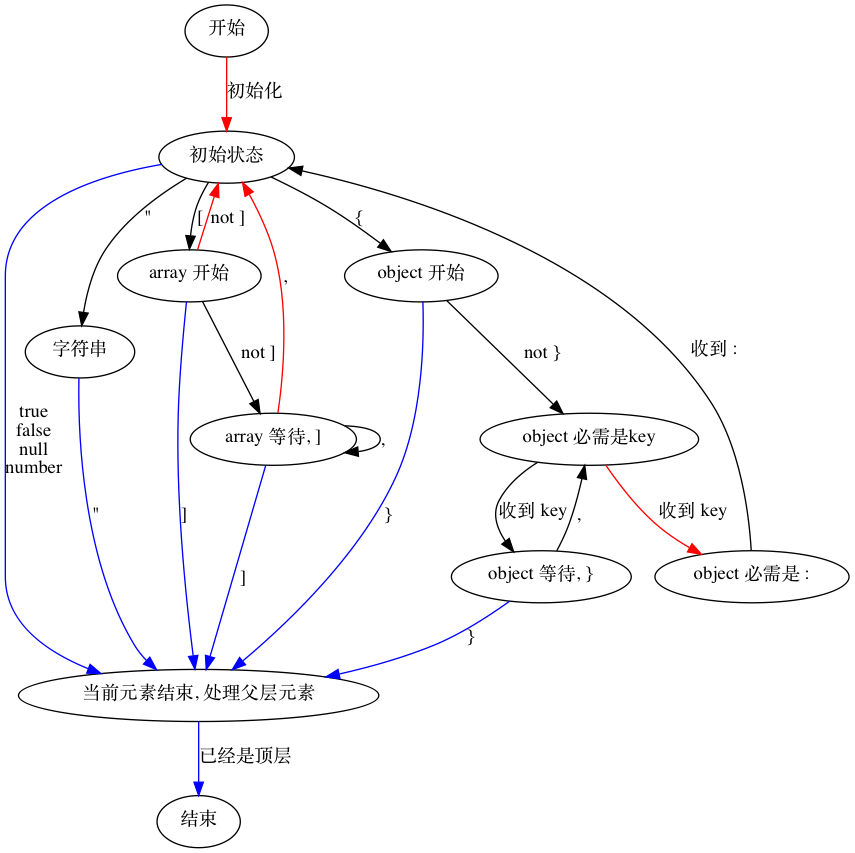
acrazing/cheapjson keeps this Graphviz diagram as state.png. Above is the earlier version. Its source is kept beside it as state.dot. Its diagram source:
```dot
digraph JSON {
  stateStart [ label="开始" ];
  stateNone [ label="初始状态" ];
  stateString [ label="字符串" ];
  stateArrayValueOrEnd [ label="array 开始" ];
  stateArrayEndOrComma [ label="array 等待, ]" ];
  stateObjectKeyOrEnd [ label="object 开始" ];
  stateObjectColon [ label="object 必需是 :" ];
  stateObjectEndOrComma [ label="object 等待, }" ];
  stateObjectKey [ label="object 必需是key" ];
  stateParent [ label="当前元素结束, 处理父层元素" ];
  stateEnd [ label="结束" ];

  stateStart -> stateNone [ label="初始化", color="red" ];
  stateNone -> stateParent [ label="true\nfalse\nnull\nnumber", color="blue" ];
  stateNone -> stateString [ label="\"", color="black" ];
  stateString -> stateParent [ label="\"", color="blue" ];
  stateNone -> stateArrayValueOrEnd [ label="[", color="black" ];
  stateNone -> stateObjectKeyOrEnd [ label="{", color="black" ];
  stateArrayValueOrEnd -> stateNone [ label="not ]", color="red" ];
  stateArrayValueOrEnd -> stateArrayEndOrComma [ label="not ]", color="black" ];
  stateArrayValueOrEnd -> stateParent [ label="]", color="blue" ];
  stateArrayEndOrComma -> stateNone [ label=",", color="red" ];
  stateArrayEndOrComma -> stateArrayEndOrComma [ label=",", color="black" ];
  stateArrayEndOrComma -> stateParent [ label="]", color="blue" ];
  stateObjectKeyOrEnd -> stateParent [ label="}", color="blue" ];
  stateObjectKeyOrEnd -> stateObjectKey [ label="not }", color="black" ];
  stateObjectKey -> stateObjectColon [ label="收到 key", color="red" ];
  stateObjectKey -> stateObjectEndOrComma [ label="收到 key", color="black" ];
  stateObjectEndOrComma -> stateParent [ label="}", color="blue" ];
  stateObjectEndOrComma -> stateObjectKey [ label=",", color="black" ];
  stateObjectColon -> stateNone [ label="收到 :", color="black" ];
  stateParent -> stateEnd [ label="已经是顶层", color="blue" ];
}
```
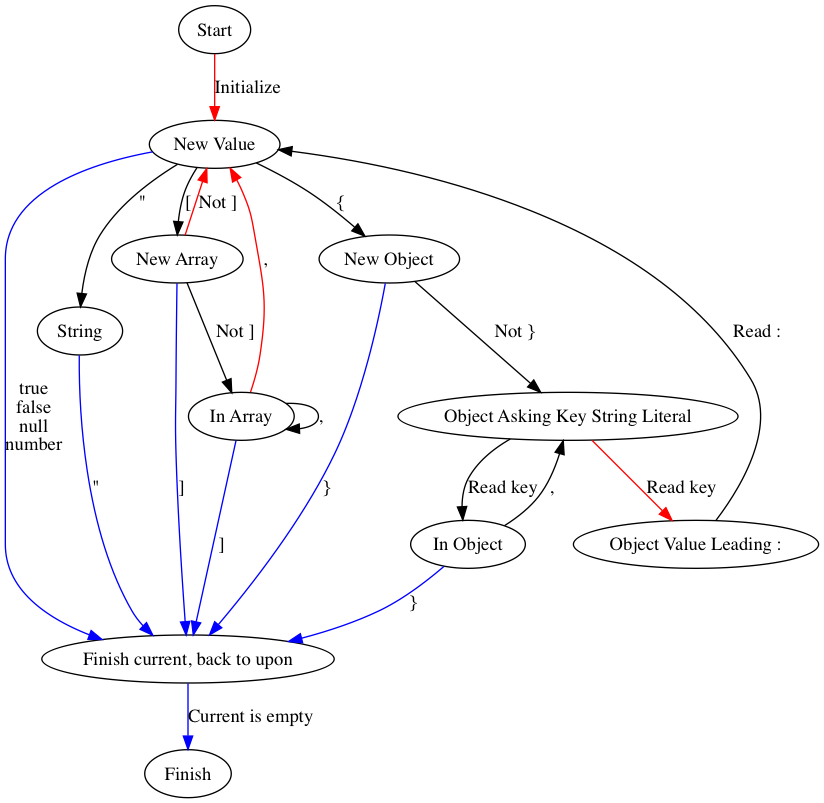
The same diagram one commit later.

Commit message:
fix(misc): the state machine

Diff of the diagram source:
```diff
@@ -1,34 +1,34 @@
 digraph JSON {
-  stateStart [ label="开始" ];
-  stateNone [ label="初始状态" ];
-  stateString [ label="字符串" ];
-  stateArrayValueOrEnd [ label="array 开始" ];
-  stateArrayEndOrComma [ label="array 等待, ]" ];
-  stateObjectKeyOrEnd [ label="object 开始" ];
-  stateObjectColon [ label="object 必需是 :" ];
-  stateObjectEndOrComma [ label="object 等待, }" ];
-  stateObjectKey [ label="object 必需是key" ];
-  stateParent [ label="当前元素结束, 处理父层元素" ];
-  stateEnd [ label="结束" ];
+  stateStart [ label="Start" ];
+  stateNone [ label="New Value" ];
+  stateString [ label="String" ];
+  stateArrayValueOrEnd [ label="New Array" ];
+  stateArrayEndOrComma [ label="In Array" ];
+  stateObjectKeyOrEnd [ label="New Object" ];
+  stateObjectColon [ label="Object Value Leading :" ];
+  stateObjectEndOrComma [ label="In Object" ];
+  stateObjectKey [ label="Object Asking Key String Literal" ];
+  stateParent [ label="Finish current, back to upon" ];
+  stateEnd [ label="Finish" ];
 
-  stateStart -> stateNone [ label="初始化", color="red" ];
+  stateStart -> stateNone [ label="Initialize", color="red" ];
   stateNone -> stateParent [ label="true\nfalse\nnull\nnumber", color="blue" ];
   stateNone -> stateString [ label="\"", color="black" ];
   stateString -> stateParent [ label="\"", color="blue" ];
   stateNone -> stateArrayValueOrEnd [ label="[", color="black" ];
   stateNone -> stateObjectKeyOrEnd [ label="{", color="black" ];
-  stateArrayValueOrEnd -> stateNone [ label="not ]", color="red" ];
-  stateArrayValueOrEnd -> stateArrayEndOrComma [ label="not ]", color="black" ];
+  stateArrayValueOrEnd -> stateNone [ label="Not ]", color="red" ];
+  stateArrayValueOrEnd -> stateArrayEndOrComma [ label="Not ]", color="black" ];
   stateArrayValueOrEnd -> stateParent [ label="]", color="blue" ];
   stateArrayEndOrComma -> stateNone [ label=",", color="red" ];
   stateArrayEndOrComma -> stateArrayEndOrComma [ label=",", color="black" ];
   stateArrayEndOrComma -> stateParent [ label="]", color="blue" ];
   stateObjectKeyOrEnd -> stateParent [ label="}", color="blue" ];
-  stateObjectKeyOrEnd -> stateObjectKey [ label="not }", color="black" ];
-  stateObjectKey -> stateObjectColon [ label="收到 key", color="red" ];
-  stateObjectKey -> stateObjectEndOrComma [ label="收到 key", color="black" ];
+  stateObjectKeyOrEnd -> stateObjectKey [ label="Not }", color="black" ];
+  stateObjectKey -> stateObjectColon [ label="Read key", color="red" ];
+  stateObjectKey -> stateObjectEndOrComma [ label="Read key", color="black" ];
   stateObjectEndOrComma -> stateParent [ label="}", color="blue" ];
   stateObjectEndOrComma -> stateObjectKey [ label=",", color="black" ];
-  stateObjectColon -> stateNone [ label="收到 :", color="black" ];
-  stateParent -> stateEnd [ label="已经是顶层", color="blue" ];
+  stateObjectColon -> stateNone [ label="Read :", color="black" ];
+  stateParent -> stateEnd [ label="Current is empty", color="blue" ];
 }
```
